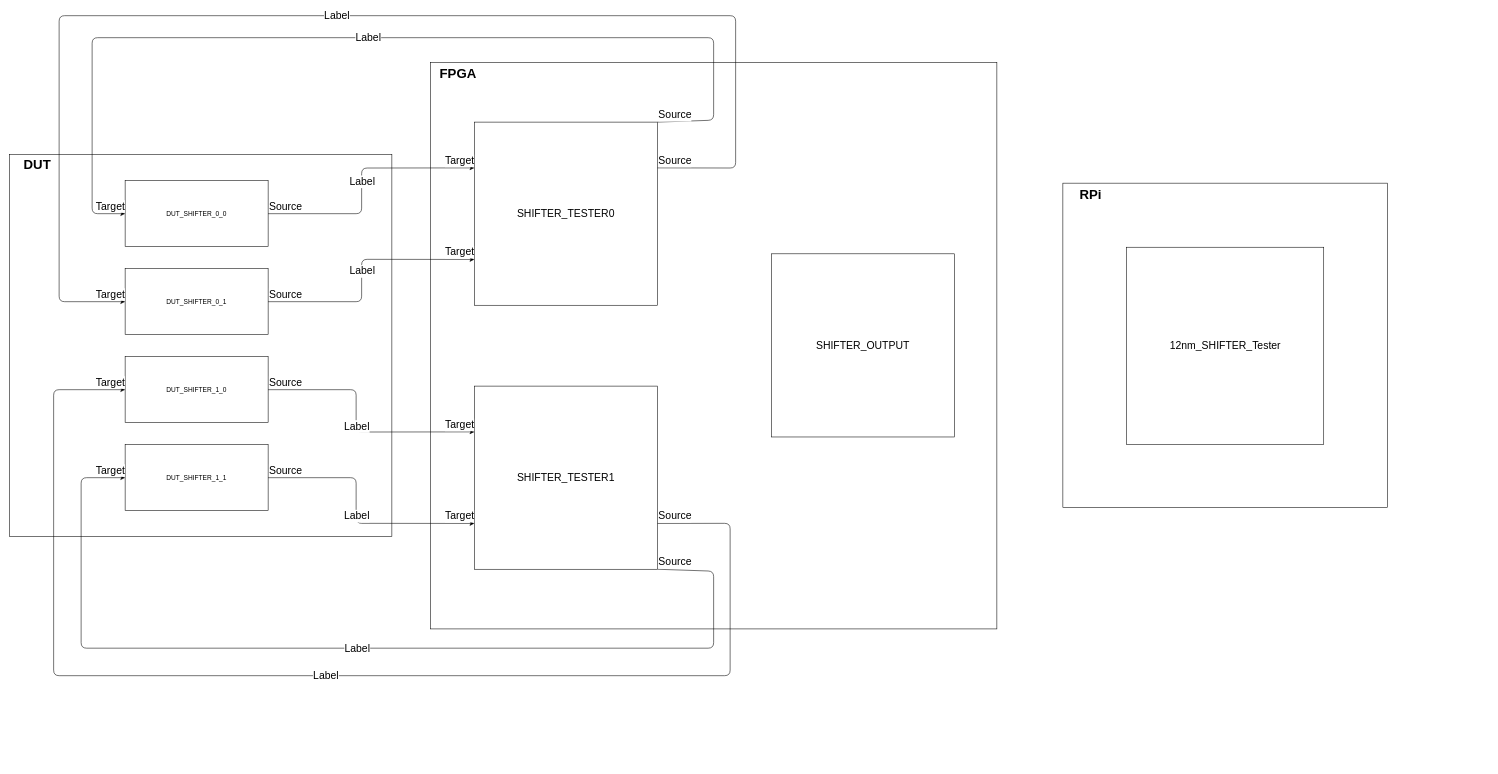
Above: pi_code/Diagrams/SHIFTER_TesterDiagram.drawio in ChrisElash/12nm_testing_programs (draw.io), before the change. Source tidied: cells renumbered, new cells numbered last; positions are measured from the earlier drawing's top-left corner, leaving out a move shared by most shapes. Both pictures are drawn from the tidied source at 55%, with x=0, y=0 at pixel (9, 15).
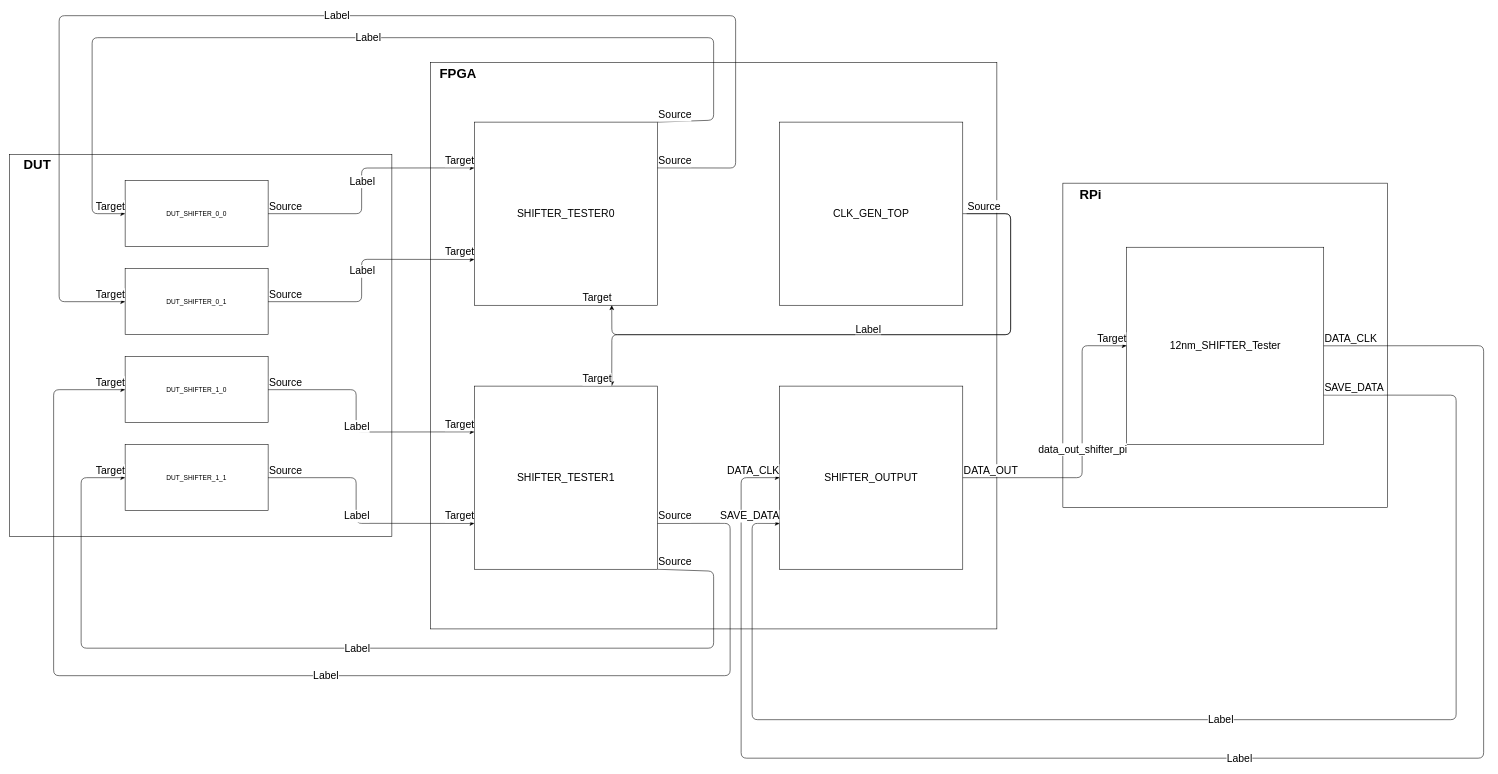
The same diagram, later.

Commit message:
Got Somewhere on Shifter Diagram

Unchanged cells that the change refers to:
```xml
<mxCell id="7" value="&lt;font style=&quot;font-size: 19px;&quot;&gt;SHIFTER_TESTER0&lt;/font&gt;" style="whiteSpace=wrap;html=1;" parent="1" vertex="1">
  <mxGeometry x="845" y="193.5" width="333" height="333" as="geometry" />
</mxCell>
<mxCell id="10" value="12nm_SHIFTER_Tester" style="whiteSpace=wrap;html=1;fontSize=19;" parent="1" vertex="1">
  <mxGeometry x="2030.8" y="421" width="358.5" height="358.5" as="geometry" />
</mxCell>
<mxCell id="15" value="&lt;font style=&quot;font-size: 19px;&quot;&gt;SHIFTER_TESTER1&lt;/font&gt;" style="whiteSpace=wrap;html=1;" parent="1" vertex="1">
  <mxGeometry x="845" y="673.5" width="333" height="333" as="geometry" />
</mxCell>
```

Diff of the diagram source:
```diff
@@
     <mxCell id="8" value="&lt;span style=&quot;font-size: 19px;&quot;&gt;SHIFTER_OUTPUT&lt;/span&gt;" style="whiteSpace=wrap;html=1;" parent="1" vertex="1">
-      <mxGeometry x="1385" y="433" width="333" height="333" as="geometry" />
+      <mxGeometry x="1400" y="673.5" width="333" height="333" as="geometry" />
     </mxCell>
@@
+    <mxCell id="48" value="CLK_GEN_TOP" style="whiteSpace=wrap;html=1;fontSize=19;" parent="1" vertex="1">
+      <mxGeometry x="1400" y="193.5" width="333" height="333" as="geometry" />
+    </mxCell>
+    <mxCell id="49" style="endArrow=classic;html=1;fontSize=19;exitX=1;exitY=0.5;exitDx=0;exitDy=0;entryX=0.75;entryY=1;entryDx=0;entryDy=0;" parent="1" edge="1" source="48" target="7">
+      <mxGeometry relative="1" as="geometry">
+        <Array as="points">
+          <mxPoint x="1820" y="360" />
+          <mxPoint x="1820" y="580" />
+          <mxPoint x="1095" y="580" />
+        </Array>
+      </mxGeometry>
+    </mxCell>
+    <mxCell id="50" value="Source" style="edgeLabel;html=1;align=left;verticalAlign=bottom;shadow=0;fontSize=19;" parent="49" vertex="1">
+      <mxGeometry x="-1" relative="1" as="geometry">
+        <mxPoint x="7" as="offset" />
+      </mxGeometry>
+    </mxCell>
+    <mxCell id="51" value="Target" style="edgeLabel;html=1;align=right;verticalAlign=bottom;shadow=0;fontSize=19;" parent="49" vertex="1">
+      <mxGeometry x="1" relative="1" as="geometry" />
+    </mxCell>
+    <mxCell id="52" value="Label" style="edgeLabel;html=1;align=center;verticalAlign=middle;shadow=0;fontSize=19;" parent="49" vertex="1">
+      <mxGeometry relative="1" as="geometry">
+        <mxPoint x="-24" y="-10" as="offset" />
+      </mxGeometry>
+    </mxCell>
+    <mxCell id="53" style="endArrow=classic;html=1;fontSize=19;entryX=0.75;entryY=0;entryDx=0;entryDy=0;" parent="1" edge="1" target="15">
+      <mxGeometry relative="1" as="geometry">
+        <mxPoint x="1740" y="360" as="sourcePoint" />
+        <Array as="points">
+          <mxPoint x="1820" y="360" />
+          <mxPoint x="1820" y="580" />
+          <mxPoint x="1095" y="580" />
+        </Array>
+      </mxGeometry>
+    </mxCell>
+    <mxCell id="54" value="Target" style="edgeLabel;html=1;align=right;verticalAlign=bottom;shadow=0;fontSize=19;" parent="53" vertex="1">
+      <mxGeometry x="1" relative="1" as="geometry" />
+    </mxCell>
+    <mxCell id="55" style="endArrow=classic;html=1;fontSize=19;exitX=1;exitY=0.5;exitDx=0;exitDy=0;entryX=0;entryY=0.5;entryDx=0;entryDy=0;" parent="1" edge="1" source="8" target="10">
+      <mxGeometry relative="1" as="geometry">
+        <Array as="points">
+          <mxPoint x="1950" y="840" />
+          <mxPoint x="1950" y="600" />
+        </Array>
+      </mxGeometry>
+    </mxCell>
+    <mxCell id="56" value="data_out_shifter_pi" style="edgeLabel;html=1;align=center;verticalAlign=middle;shadow=0;fontSize=19;" parent="55" vertex="1">
+      <mxGeometry relative="1" as="geometry" />
+    </mxCell>
+    <mxCell id="57" value="DATA_OUT" style="edgeLabel;html=1;align=left;verticalAlign=bottom;shadow=0;fontSize=19;" parent="55" vertex="1">
+      <mxGeometry x="-1" relative="1" as="geometry" />
+    </mxCell>
+    <mxCell id="58" value="Target" style="edgeLabel;html=1;align=right;verticalAlign=bottom;shadow=0;fontSize=19;" parent="55" vertex="1">
+      <mxGeometry x="1" relative="1" as="geometry" />
+    </mxCell>
+    <mxCell id="59" style="endArrow=classic;html=1;fontSize=19;exitX=1;exitY=0.5;exitDx=0;exitDy=0;entryX=0;entryY=0.5;entryDx=0;entryDy=0;" parent="1" edge="1" source="10" target="8">
+      <mxGeometry relative="1" as="geometry">
+        <Array as="points">
+          <mxPoint x="2680" y="600" />
+          <mxPoint x="2680" y="1350" />
+          <mxPoint x="1330" y="1350" />
+          <mxPoint x="1330" y="840" />
+        </Array>
+      </mxGeometry>
+    </mxCell>
+    <mxCell id="60" value="Label" style="edgeLabel;html=1;align=center;verticalAlign=middle;shadow=0;fontSize=19;" parent="59" vertex="1">
+      <mxGeometry relative="1" as="geometry" />
+    </mxCell>
+    <mxCell id="61" value="DATA_CLK" style="edgeLabel;html=1;align=left;verticalAlign=bottom;shadow=0;fontSize=19;" parent="59" vertex="1">
+      <mxGeometry x="-1" relative="1" as="geometry" />
+    </mxCell>
+    <mxCell id="62" value="DATA_CLK" style="edgeLabel;html=1;align=right;verticalAlign=bottom;shadow=0;fontSize=19;" parent="59" vertex="1">
+      <mxGeometry x="1" relative="1" as="geometry" />
+    </mxCell>
+    <mxCell id="63" style="endArrow=classic;html=1;fontSize=19;exitX=1;exitY=0.75;exitDx=0;exitDy=0;entryX=0;entryY=0.75;entryDx=0;entryDy=0;" parent="1" edge="1" source="10" target="8">
+      <mxGeometry relative="1" as="geometry">
+        <Array as="points">
+          <mxPoint x="2630" y="690" />
+          <mxPoint x="2630" y="1280" />
+          <mxPoint x="1350" y="1280" />
+          <mxPoint x="1350" y="923" />
+        </Array>
+      </mxGeometry>
+    </mxCell>
+    <mxCell id="64" value="Label" style="edgeLabel;html=1;align=center;verticalAlign=middle;shadow=0;fontSize=19;" parent="63" vertex="1">
+      <mxGeometry relative="1" as="geometry" />
+    </mxCell>
+    <mxCell id="65" value="SAVE_DATA" style="edgeLabel;html=1;align=left;verticalAlign=bottom;shadow=0;fontSize=19;" parent="63" vertex="1">
+      <mxGeometry x="-1" relative="1" as="geometry" />
+    </mxCell>
+    <mxCell id="66" value="SAVE_DATA" style="edgeLabel;html=1;align=right;verticalAlign=bottom;shadow=0;fontSize=19;" parent="63" vertex="1">
+      <mxGeometry x="1" relative="1" as="geometry" />
+    </mxCell>
```
